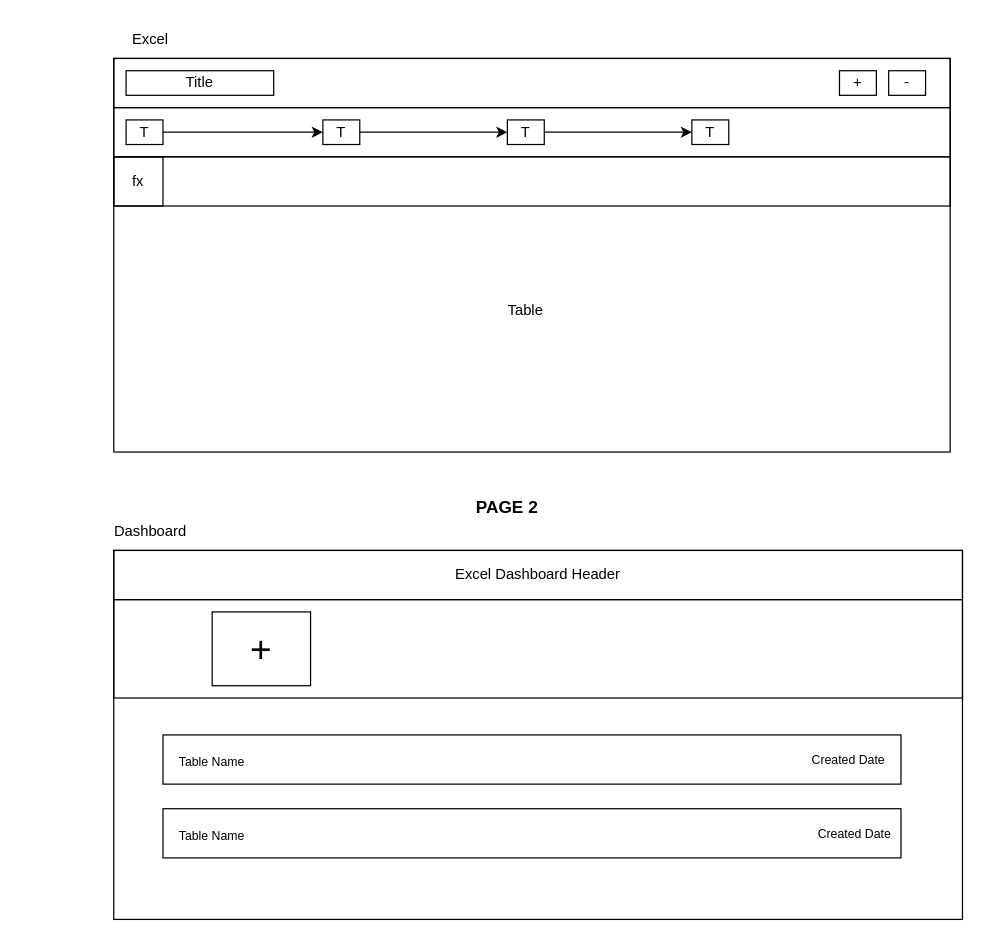
This is Untitled Diagram.drawio from handreasyan/excel-project, a draw.io file, before an edit. Source tidied: cells renumbered, new cells numbered last; positions are measured from the earlier drawing's top-left corner, leaving out a move shared by most shapes. Both pictures are drawn from the tidied source at 123%, with x=0, y=0 at pixel (113, 21).
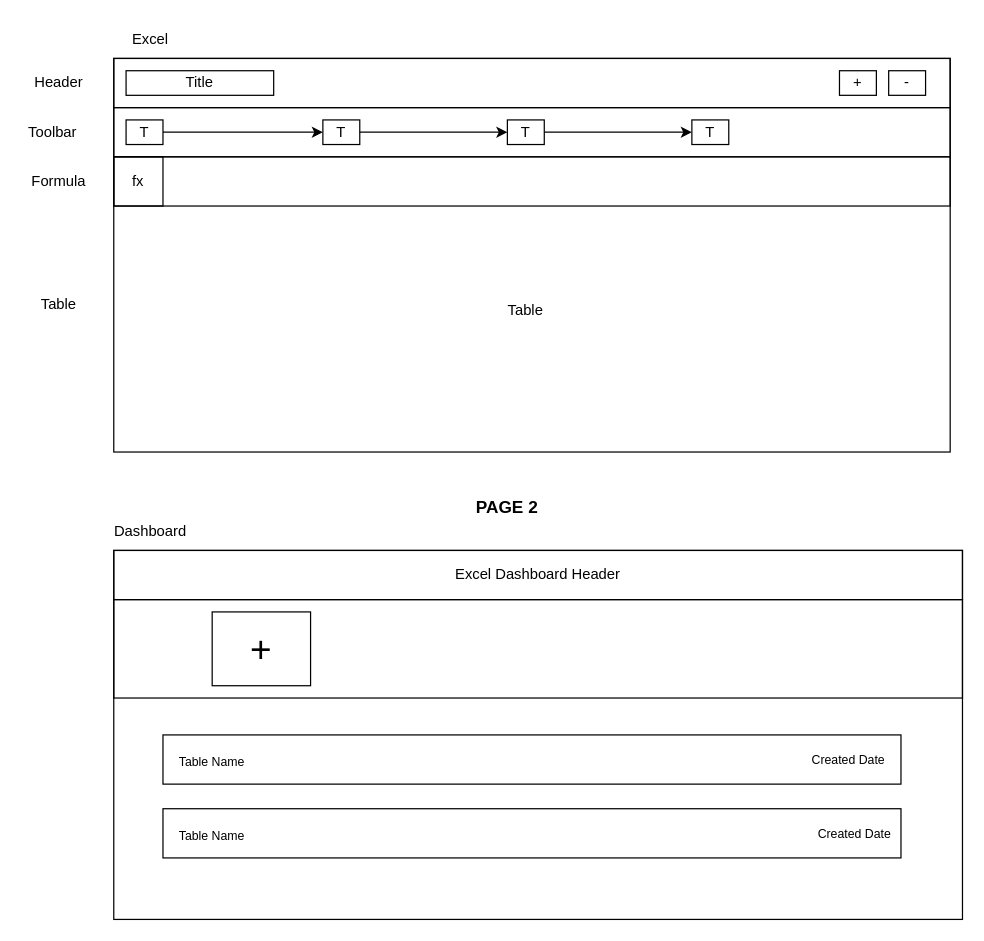
The same diagram, later.

What changed in the source:
```diff
@@
+    <mxCell id="31" value="Header&lt;br&gt;" style="text;html=1;align=center;verticalAlign=middle;strokeColor=none;fillColor=none;" parent="1" vertex="1">
+      <mxGeometry x="-70" y="40" width="50" height="20" as="geometry" />
+    </mxCell>
+    <mxCell id="32" value="Toolbar&lt;br&gt;" style="text;html=1;align=center;verticalAlign=middle;strokeColor=none;fillColor=none;" parent="1" vertex="1">
+      <mxGeometry x="-75" y="80" width="50" height="20" as="geometry" />
+    </mxCell>
+    <mxCell id="33" value="Formula&lt;br&gt;" style="text;html=1;align=center;verticalAlign=middle;strokeColor=none;fillColor=none;" parent="1" vertex="1">
+      <mxGeometry x="-75" y="120" width="60" height="20" as="geometry" />
+    </mxCell>
+    <mxCell id="34" value="Table&lt;br&gt;" style="text;html=1;align=center;verticalAlign=middle;strokeColor=none;fillColor=none;" parent="1" vertex="1">
+      <mxGeometry x="-65" y="220" width="40" height="20" as="geometry" />
+    </mxCell>
```
